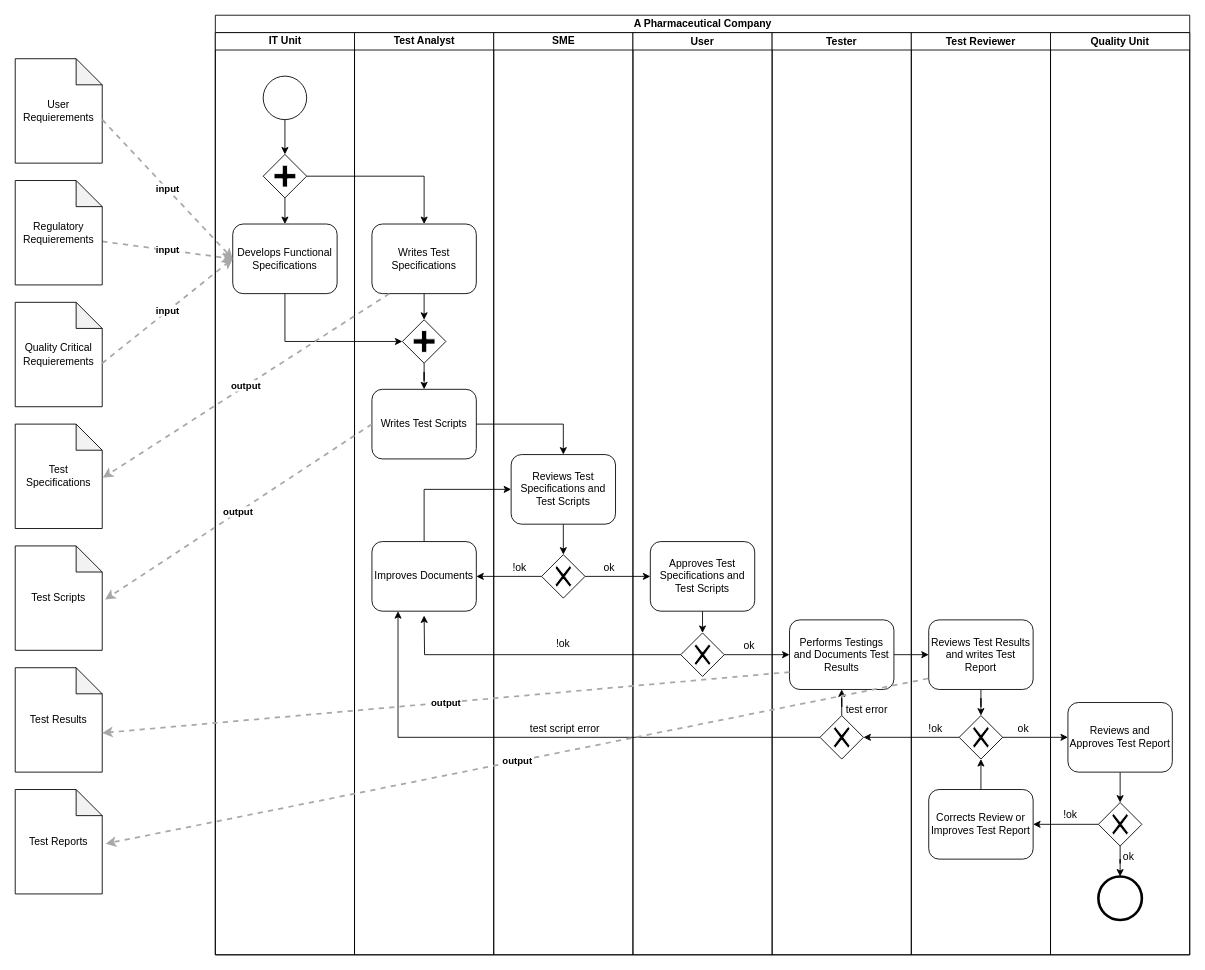
Above: documentation/GAMP5 OQ Process.drawio in sableu/BDD4OQ (draw.io), before the change. Source tidied: cells renumbered, new cells numbered last; positions are measured from the earlier drawing's top-left corner, leaving out a move shared by most shapes. Both pictures are drawn from the tidied source at 87%, with x=0, y=0 at pixel (15, 15).
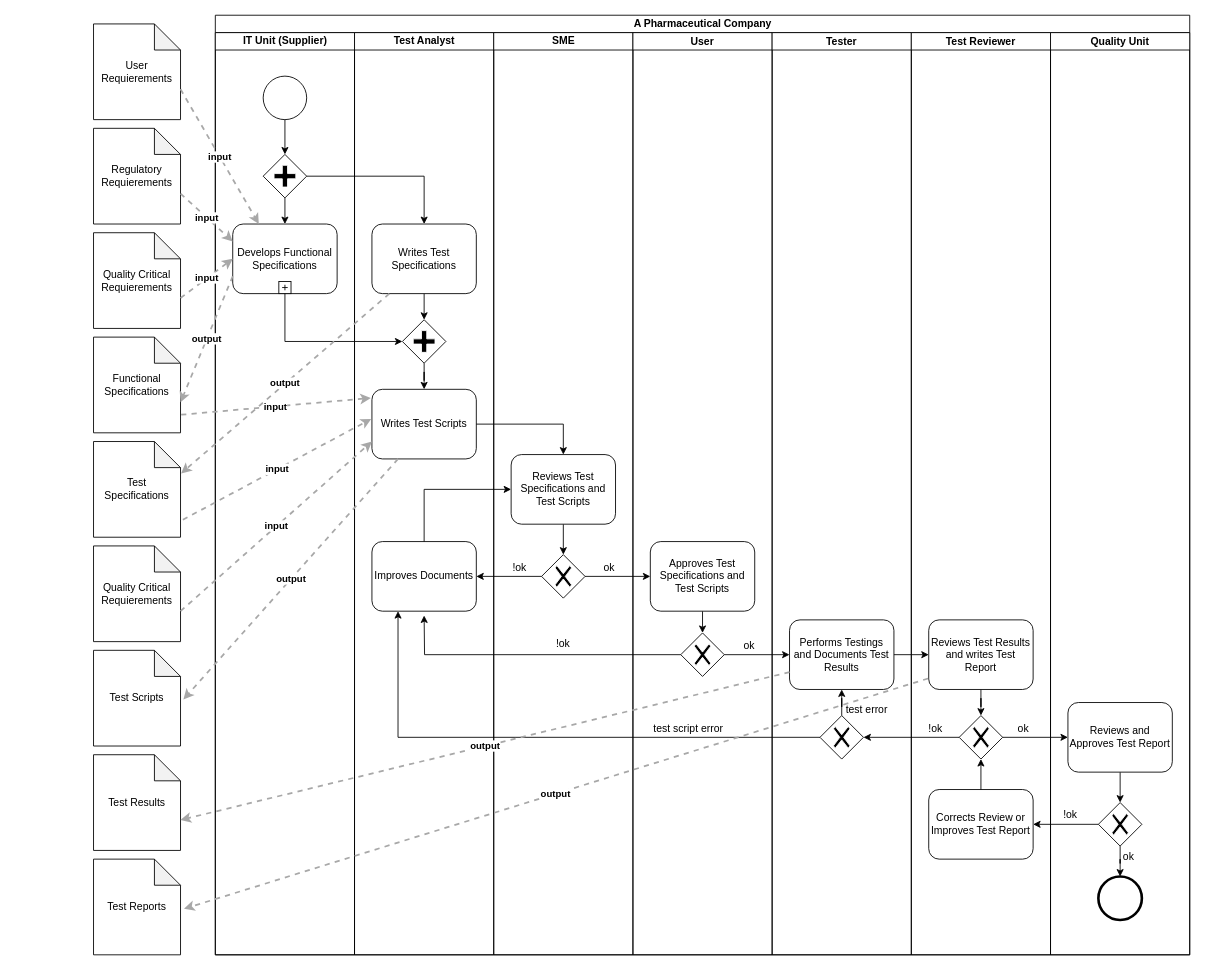
The same diagram, later.

Commit message (it also covers changes not shown here):
Corrections to the GAMP5 OQ process

The change refers to these unchanged cells:
```xml
<mxCell id="2" value="A Pharmaceutical Company" style="swimlane;html=1;startSize=20;" parent="1" vertex="1">
  <mxGeometry x="230" width="1120" height="1080" as="geometry" />
</mxCell>
<mxCell id="6" style="shape=mxgraph.bpmn.shape;html=1;verticalLabelPosition=bottom;labelBackgroundColor=#ffffff;verticalAlign=top;align=center;perimeter=rhombusPerimeter;background=gateway;outlineConnect=0;outline=none;symbol=parallelGw;" parent="3" vertex="1">
  <mxGeometry x="55" y="140" width="50" height="50" as="geometry" />
</mxCell>
<mxCell id="12" value="Writes Test Scripts" style="shape=ext;rounded=1;html=1;whiteSpace=wrap;" parent="10" vertex="1">
  <mxGeometry x="20" y="410" width="120" height="80" as="geometry" />
</mxCell>
<mxCell id="13" value="Writes Test Specifications" style="shape=ext;rounded=1;html=1;whiteSpace=wrap;" parent="10" vertex="1">
  <mxGeometry x="20" y="220" width="120" height="80" as="geometry" />
</mxCell>
<mxCell id="15" style="shape=mxgraph.bpmn.shape;html=1;verticalLabelPosition=bottom;labelBackgroundColor=#ffffff;verticalAlign=top;align=center;perimeter=rhombusPerimeter;background=gateway;outlineConnect=0;outline=none;symbol=parallelGw;" parent="10" vertex="1">
  <mxGeometry x="55" y="330" width="50" height="50" as="geometry" />
</mxCell>
<mxCell id="17" value="SME" style="swimlane;html=1;startSize=20;" parent="2" vertex="1">
  <mxGeometry x="320" y="20" width="160" height="1060" as="geometry" />
</mxCell>
<mxCell id="25" value="User" style="swimlane;startSize=20;" parent="2" vertex="1">
  <mxGeometry x="480" y="20" width="160" height="1060" as="geometry" />
</mxCell>
```

Diff of the diagram source:
```diff
@@
-    <mxCell id="3" value="IT Unit" style="swimlane;html=1;startSize=20;" parent="2" vertex="1">
+    <mxCell id="3" value="IT Unit (Supplier)" style="swimlane;html=1;startSize=20;" parent="2" vertex="1">
       <mxGeometry y="20" width="160" height="1060" as="geometry" />
     </mxCell>
-    <mxCell id="4" style="edgeStyle=orthogonalEdgeStyle;rounded=0;jettySize=auto;html=1;exitX=0.5;exitY=1;exitDx=0;exitDy=0;entryX=0.5;entryY=0;entryDx=0;entryDy=0;" parent="3" edge="1" source="6" target="9">
-      <mxGeometry relative="1" as="geometry" />
+    <mxCell id="4" style="edgeStyle=orthogonalEdgeStyle;rounded=0;jettySize=auto;html=1;exitX=0.5;exitY=1;exitDx=0;exitDy=0;entryX=0.5;entryY=0;entryDx=0;entryDy=0;" parent="3" edge="1" source="6">
+      <mxGeometry relative="1" as="geometry">
+        <mxPoint x="80" y="220" as="targetPoint" />
+      </mxGeometry>
     </mxCell>
-    <mxCell id="5" value="&lt;div style=&quot;text-align: left&quot;&gt;&lt;div style=&quot;text-align: center&quot;&gt;&lt;b&gt;input&lt;/b&gt;&lt;/div&gt;&lt;/div&gt;" style="edgeStyle=none;rounded=0;html=1;jettySize=auto;orthogonalLoop=1;strokeColor=#A8A8A8;strokeWidth=2;fontColor=#000000;jumpStyle=none;dashed=1;" parent="3" edge="1">
-      <mxGeometry relative="1" as="geometry">
-        <mxPoint x="-130" y="240" as="sourcePoint" />
-        <mxPoint x="20" y="260" as="targetPoint" />
-      </mxGeometry>
-    </mxCell>
@@
-    <mxCell id="9" value="Develops Functional&lt;br&gt;Specifications" style="shape=ext;rounded=1;html=1;whiteSpace=wrap;" parent="3" vertex="1">
+    <mxCell id="9" value="Develops Functional Specifications" style="html=1;whiteSpace=wrap;rounded=1;" parent="3" vertex="1">
       <mxGeometry x="20" y="220" width="120" height="80" as="geometry" />
     </mxCell>
+    <mxCell id="77" style="html=1;shape=plus;outlineConnect=0;" parent="9" vertex="1">
+      <mxGeometry x="0.5" y="1" width="14" height="14" relative="1" as="geometry">
+        <mxPoint x="-7" y="-14" as="offset" />
+      </mxGeometry>
+    </mxCell>
@@
-    <mxCell id="23" value="test script error" style="text;html=1;strokeColor=none;fillColor=none;align=center;verticalAlign=middle;whiteSpace=wrap;rounded=0;" parent="17" vertex="1">
-      <mxGeometry x="32" y="790" width="100" height="20" as="geometry" />
-    </mxCell>
@@
+    <mxCell id="23" value="test script error" style="text;html=1;strokeColor=none;fillColor=none;align=center;verticalAlign=middle;whiteSpace=wrap;rounded=0;" parent="25" vertex="1">
+      <mxGeometry x="14" y="790" width="100" height="20" as="geometry" />
+    </mxCell>
@@
-    <mxCell id="50" style="edgeStyle=orthogonalEdgeStyle;rounded=0;jettySize=auto;html=1;entryX=0;entryY=0.5;entryDx=0;entryDy=0;exitX=0.5;exitY=1;exitDx=0;exitDy=0;" parent="2" edge="1" source="9" target="15">
+    <mxCell id="50" style="edgeStyle=orthogonalEdgeStyle;rounded=0;jettySize=auto;html=1;entryX=0;entryY=0.5;entryDx=0;entryDy=0;exitX=0.5;exitY=1;exitDx=0;exitDy=0;" parent="2" edge="1" source="77" target="15">
       <mxGeometry relative="1" as="geometry" />
     </mxCell>
@@
     <mxCell id="61" value="User Requierements" style="shape=note;whiteSpace=wrap;html=1;backgroundOutline=1;darkOpacity=0.05;" parent="1" vertex="1">
-      <mxGeometry y="50" width="100" height="120" as="geometry" />
+      <mxGeometry x="90" y="10" width="100" height="110" as="geometry" />
     </mxCell>
     <mxCell id="62" value="Regulatory Requierements" style="shape=note;whiteSpace=wrap;html=1;backgroundOutline=1;darkOpacity=0.05;" parent="1" vertex="1">
-      <mxGeometry y="190" width="100" height="120" as="geometry" />
+      <mxGeometry x="90" y="130" width="100" height="110" as="geometry" />
     </mxCell>
     <mxCell id="63" value="Quality Critical Requierements" style="shape=note;whiteSpace=wrap;html=1;backgroundOutline=1;darkOpacity=0.05;" parent="1" vertex="1">
-      <mxGeometry y="330" width="100" height="120" as="geometry" />
+      <mxGeometry x="90" y="250" width="100" height="110" as="geometry" />
     </mxCell>
     <mxCell id="64" value="Test Specifications" style="shape=note;whiteSpace=wrap;html=1;backgroundOutline=1;darkOpacity=0.05;" parent="1" vertex="1">
-      <mxGeometry y="470" width="100" height="120" as="geometry" />
+      <mxGeometry x="90" y="490" width="100" height="110" as="geometry" />
     </mxCell>
     <mxCell id="65" value="Test Scripts" style="shape=note;whiteSpace=wrap;html=1;backgroundOutline=1;darkOpacity=0.05;" parent="1" vertex="1">
-      <mxGeometry y="610" width="100" height="120" as="geometry" />
+      <mxGeometry x="90" y="730" width="100" height="110" as="geometry" />
     </mxCell>
     <mxCell id="66" value="Test Results" style="shape=note;whiteSpace=wrap;html=1;backgroundOutline=1;darkOpacity=0.05;" parent="1" vertex="1">
-      <mxGeometry y="750" width="100" height="120" as="geometry" />
+      <mxGeometry x="90" y="850" width="100" height="110" as="geometry" />
     </mxCell>
     <mxCell id="67" value="Test Reports" style="shape=note;whiteSpace=wrap;html=1;backgroundOutline=1;darkOpacity=0.05;" parent="1" vertex="1">
-      <mxGeometry y="890" width="100" height="120" as="geometry" />
+      <mxGeometry x="90" y="970" width="100" height="110" as="geometry" />
     </mxCell>
@@
-    <mxCell id="69" value="&lt;div style=&quot;text-align: left&quot;&gt;&lt;div style=&quot;text-align: center&quot;&gt;&lt;b&gt;input&lt;/b&gt;&lt;/div&gt;&lt;/div&gt;" style="edgeStyle=none;rounded=0;html=1;entryX=0;entryY=0.5;jettySize=auto;strokeColor=#A8A8A8;strokeWidth=2;fontColor=#000000;jumpStyle=none;dashed=1;entryDx=0;entryDy=0;" parent="1" edge="1" target="9">
+    <mxCell id="69" value="&lt;div style=&quot;text-align: left&quot;&gt;&lt;div style=&quot;text-align: center&quot;&gt;&lt;b&gt;input&lt;/b&gt;&lt;/div&gt;&lt;/div&gt;" style="edgeStyle=none;rounded=0;html=1;entryX=0.25;entryY=0;jettySize=auto;strokeColor=#A8A8A8;strokeWidth=2;fontColor=#000000;jumpStyle=none;dashed=1;entryDx=0;entryDy=0;exitX=0;exitY=0;exitDx=100;exitDy=75;exitPerimeter=0;" parent="1" edge="1" source="61">
       <mxGeometry relative="1" as="geometry">
-        <mxPoint x="100" y="120" as="sourcePoint" />
+        <mxPoint x="280" y="240" as="targetPoint" />
       </mxGeometry>
     </mxCell>
-    <mxCell id="70" value="&lt;div style=&quot;text-align: left&quot;&gt;&lt;div style=&quot;text-align: center&quot;&gt;&lt;b&gt;input&lt;/b&gt;&lt;/div&gt;&lt;/div&gt;" style="edgeStyle=none;rounded=0;html=1;entryX=0;entryY=0.5;jettySize=auto;strokeColor=#A8A8A8;strokeWidth=2;fontColor=#000000;jumpStyle=none;dashed=1;entryDx=0;entryDy=0;" parent="1" edge="1" target="9">
+    <mxCell id="70" value="&lt;div style=&quot;text-align: left&quot;&gt;&lt;div style=&quot;text-align: center&quot;&gt;&lt;b&gt;input&lt;/b&gt;&lt;/div&gt;&lt;/div&gt;" style="edgeStyle=none;rounded=0;html=1;entryX=0;entryY=0.5;jettySize=auto;strokeColor=#A8A8A8;strokeWidth=2;fontColor=#000000;jumpStyle=none;dashed=1;entryDx=0;entryDy=0;exitX=0;exitY=0;exitDx=100;exitDy=75;exitPerimeter=0;" parent="1" edge="1" source="63">
       <mxGeometry relative="1" as="geometry">
-        <mxPoint x="100" y="400" as="sourcePoint" />
+        <mxPoint x="250" y="280" as="targetPoint" />
       </mxGeometry>
     </mxCell>
@@
-    <mxCell id="73" value="&lt;div style=&quot;text-align: left&quot;&gt;&lt;div style=&quot;text-align: center&quot;&gt;&lt;b&gt;output&lt;/b&gt;&lt;/div&gt;&lt;/div&gt;" style="edgeStyle=none;rounded=0;html=1;entryX=1.007;entryY=0.514;jettySize=auto;strokeColor=#A8A8A8;strokeWidth=2;fontColor=#000000;jumpStyle=none;dashed=1;entryDx=0;entryDy=0;entryPerimeter=0;exitX=0.167;exitY=1;exitDx=0;exitDy=0;exitPerimeter=0;" parent="1" edge="1" source="13" target="64">
+    <mxCell id="73" value="&lt;div style=&quot;text-align: left&quot;&gt;&lt;div style=&quot;text-align: center&quot;&gt;&lt;b&gt;output&lt;/b&gt;&lt;/div&gt;&lt;/div&gt;" style="edgeStyle=none;rounded=0;html=1;entryX=1.007;entryY=0.333;jettySize=auto;strokeColor=#A8A8A8;strokeWidth=2;fontColor=#000000;jumpStyle=none;dashed=1;entryDx=0;entryDy=0;entryPerimeter=0;exitX=0.167;exitY=1;exitDx=0;exitDy=0;exitPerimeter=0;" parent="1" edge="1" source="13" target="64">
       <mxGeometry relative="1" as="geometry" />
     </mxCell>
-    <mxCell id="74" value="&lt;div style=&quot;text-align: left&quot;&gt;&lt;div style=&quot;text-align: center&quot;&gt;&lt;b&gt;output&lt;/b&gt;&lt;/div&gt;&lt;/div&gt;" style="edgeStyle=none;rounded=0;html=1;entryX=1.033;entryY=0.514;jettySize=auto;strokeColor=#A8A8A8;strokeWidth=2;fontColor=#000000;jumpStyle=none;dashed=1;entryDx=0;entryDy=0;entryPerimeter=0;exitX=0;exitY=0.5;exitDx=0;exitDy=0;" parent="1" edge="1" source="12" target="65">
+    <mxCell id="74" value="&lt;div style=&quot;text-align: left&quot;&gt;&lt;div style=&quot;text-align: center&quot;&gt;&lt;b&gt;output&lt;/b&gt;&lt;/div&gt;&lt;/div&gt;" style="edgeStyle=none;rounded=0;html=1;entryX=1.033;entryY=0.514;jettySize=auto;strokeColor=#A8A8A8;strokeWidth=2;fontColor=#000000;jumpStyle=none;dashed=1;entryDx=0;entryDy=0;entryPerimeter=0;exitX=0.25;exitY=1;exitDx=0;exitDy=0;" parent="1" edge="1" source="12" target="65">
       <mxGeometry relative="1" as="geometry" />
     </mxCell>
@@
+    <mxCell id="5" value="&lt;div style=&quot;text-align: left&quot;&gt;&lt;div style=&quot;text-align: center&quot;&gt;&lt;b&gt;input&lt;/b&gt;&lt;/div&gt;&lt;/div&gt;" style="edgeStyle=none;rounded=0;html=1;jettySize=auto;strokeColor=#A8A8A8;strokeWidth=2;fontColor=#000000;jumpStyle=none;dashed=1;exitX=0;exitY=0;exitDx=100;exitDy=75;exitPerimeter=0;entryX=0;entryY=0.25;entryDx=0;entryDy=0;" parent="1" edge="1" source="62">
+      <mxGeometry relative="1" as="geometry">
+        <mxPoint x="250" y="260" as="targetPoint" />
+      </mxGeometry>
+    </mxCell>
+    <mxCell id="78" value="Functional Specifications" style="shape=note;whiteSpace=wrap;html=1;backgroundOutline=1;darkOpacity=0.05;" parent="1" vertex="1">
+      <mxGeometry x="90" y="370" width="100" height="110" as="geometry" />
+    </mxCell>
+    <mxCell id="79" value="Quality Critical Requierements" style="shape=note;whiteSpace=wrap;html=1;backgroundOutline=1;darkOpacity=0.05;" parent="1" vertex="1">
+      <mxGeometry x="90" y="610" width="100" height="110" as="geometry" />
+    </mxCell>
+    <mxCell id="80" value="&lt;div style=&quot;text-align: left&quot;&gt;&lt;div style=&quot;text-align: center&quot;&gt;&lt;b&gt;output&lt;/b&gt;&lt;/div&gt;&lt;/div&gt;" style="edgeStyle=none;rounded=0;html=1;entryX=0;entryY=0;jettySize=auto;strokeColor=#A8A8A8;strokeWidth=2;fontColor=#000000;jumpStyle=none;dashed=1;entryDx=100;entryDy=75;entryPerimeter=0;exitX=0;exitY=0.75;exitDx=0;exitDy=0;" parent="1" edge="1" target="78">
+      <mxGeometry relative="1" as="geometry">
+        <mxPoint x="250" y="300" as="sourcePoint" />
+      </mxGeometry>
+    </mxCell>
+    <mxCell id="81" value="&lt;div style=&quot;text-align: left&quot;&gt;&lt;div style=&quot;text-align: center&quot;&gt;&lt;b&gt;input&lt;/b&gt;&lt;/div&gt;&lt;/div&gt;" style="edgeStyle=none;rounded=0;html=1;entryX=0;entryY=0.75;jettySize=auto;strokeColor=#A8A8A8;strokeWidth=2;fontColor=#000000;jumpStyle=none;dashed=1;entryDx=0;entryDy=0;exitX=0;exitY=0;exitDx=100;exitDy=75;exitPerimeter=0;" parent="1" edge="1" source="79" target="12">
+      <mxGeometry relative="1" as="geometry" />
+    </mxCell>
+    <mxCell id="82" value="&lt;div style=&quot;text-align: left&quot;&gt;&lt;div style=&quot;text-align: center&quot;&gt;&lt;b&gt;input&lt;/b&gt;&lt;/div&gt;&lt;/div&gt;" style="edgeStyle=none;rounded=0;html=1;entryX=-0.011;entryY=0.125;jettySize=auto;strokeColor=#A8A8A8;strokeWidth=2;fontColor=#000000;jumpStyle=none;dashed=1;entryDx=0;entryDy=0;exitX=1.007;exitY=0.811;exitDx=0;exitDy=0;exitPerimeter=0;entryPerimeter=0;" parent="1" edge="1" source="78" target="12">
+      <mxGeometry relative="1" as="geometry" />
+    </mxCell>
+    <mxCell id="83" value="&lt;div style=&quot;text-align: left&quot;&gt;&lt;div style=&quot;text-align: center&quot;&gt;&lt;b&gt;input&lt;/b&gt;&lt;/div&gt;&lt;/div&gt;" style="edgeStyle=none;rounded=0;html=1;entryX=-0.006;entryY=0.425;jettySize=auto;strokeColor=#A8A8A8;strokeWidth=2;fontColor=#000000;jumpStyle=none;dashed=1;entryDx=0;entryDy=0;exitX=1.027;exitY=0.817;exitDx=0;exitDy=0;exitPerimeter=0;entryPerimeter=0;" parent="1" edge="1" source="64" target="12">
+      <mxGeometry relative="1" as="geometry" />
+    </mxCell>
```
